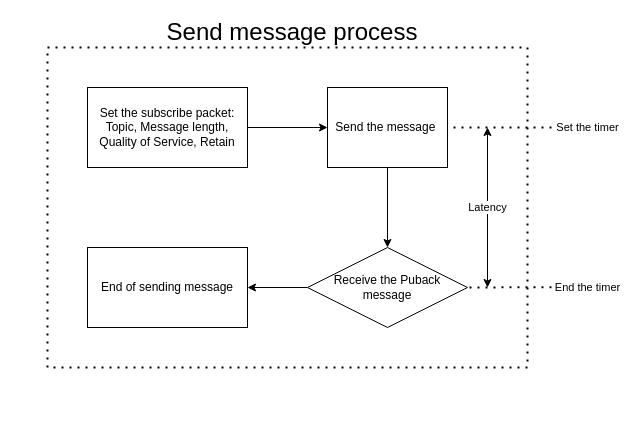
This is Send message.drawio from K2ayzz/ForDrawIO, a draw.io file, before an edit. Source tidied: cells renumbered, new cells numbered last; positions are measured from the earlier drawing's top-left corner, leaving out a move shared by most shapes. Both pictures are drawn from the tidied source at 100%, with x=0, y=0 at pixel (47, 17).
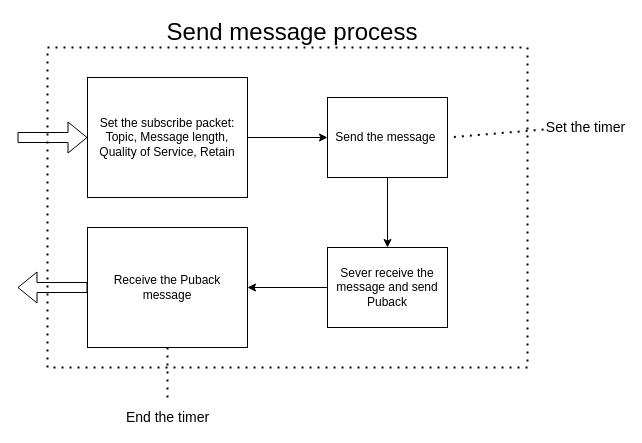
The same page after the edit.

Commit message (it also covers changes not shown here):
Cập nhật Send message.drawio

The edit, as a diff of the source:
```diff
@@
     <mxCell id="3" value="Set the subscribe packet: Topic, Message length, Quality of Service, Retain" style="rounded=0;whiteSpace=wrap;html=1;" parent="1" vertex="1">
-      <mxGeometry x="40" y="70" width="160" height="80" as="geometry" />
+      <mxGeometry x="40" y="60" width="160" height="120" as="geometry" />
     </mxCell>
-    <mxCell id="4" style="edgeStyle=orthogonalEdgeStyle;rounded=0;jettySize=auto;html=1;" parent="1" edge="1" source="5" target="7">
-      <mxGeometry relative="1" as="geometry" />
-    </mxCell>
+    <mxCell id="14" style="edgeStyle=orthogonalEdgeStyle;rounded=0;jettySize=auto;html=1;" parent="1" edge="1" source="5" target="16">
+      <mxGeometry relative="1" as="geometry" />
+    </mxCell>
     <mxCell id="5" value="Send the message&amp;nbsp;" style="rounded=0;whiteSpace=wrap;html=1;" parent="1" vertex="1">
-      <mxGeometry x="280" y="70" width="120" height="80" as="geometry" />
+      <mxGeometry x="280" y="80" width="120" height="80" as="geometry" />
     </mxCell>
-    <mxCell id="6" style="edgeStyle=orthogonalEdgeStyle;rounded=0;jettySize=auto;html=1;" parent="1" edge="1" source="7" target="9">
-      <mxGeometry relative="1" as="geometry" />
-    </mxCell>
-    <mxCell id="7" value="Receive the Puback message" style="rhombus;whiteSpace=wrap;html=1;rounded=0;" parent="1" vertex="1">
-      <mxGeometry x="260" y="230" width="160" height="80" as="geometry" />
-    </mxCell>
-    <mxCell id="8" value="Latency" style="endArrow=classic;startArrow=classic;html=1;rounded=0;" parent="1" edge="1">
-      <mxGeometry relative="1" as="geometry">
-        <mxPoint x="440" y="270" as="sourcePoint" />
-        <mxPoint x="440" y="110" as="targetPoint" />
-        <Array as="points">
-          <mxPoint x="440" y="270" />
-          <mxPoint x="440" y="190" />
-          <mxPoint x="440" y="110" />
-        </Array>
-      </mxGeometry>
-    </mxCell>
-    <mxCell id="9" value="End of sending message" style="whiteSpace=wrap;html=1;rounded=0;" parent="1" vertex="1">
-      <mxGeometry x="40" y="230" width="160" height="80" as="geometry" />
-    </mxCell>
@@
-    <mxCell id="12" value="Set the timer" style="endArrow=none;dashed=1;html=1;dashPattern=1 3;strokeWidth=2;rounded=0;entryX=1;entryY=0.5;entryDx=0;entryDy=0;" parent="1" edge="1" target="5">
+    <mxCell id="12" value="&lt;font style=&quot;font-size: 14px;&quot;&gt;Set the timer&lt;/font&gt;" style="endArrow=none;dashed=1;html=1;dashPattern=1 3;strokeWidth=2;rounded=0;entryX=1;entryY=0.5;entryDx=0;entryDy=0;" parent="1" edge="1" target="5">
       <mxGeometry x="-1" y="-20" relative="1" as="geometry">
         <mxPoint x="520" y="110" as="sourcePoint" />
         <mxPoint x="20" y="20" as="offset" />
       </mxGeometry>
     </mxCell>
-    <mxCell id="13" value="End the timer" style="endArrow=none;dashed=1;html=1;dashPattern=1 3;strokeWidth=2;rounded=0;entryX=1;entryY=0.5;entryDx=0;entryDy=0;" parent="1" edge="1" target="7">
+    <mxCell id="13" value="&lt;font style=&quot;font-size: 14px;&quot;&gt;End the timer&lt;/font&gt;" style="endArrow=none;dashed=1;html=1;dashPattern=1 3;strokeWidth=2;rounded=0;entryX=0.5;entryY=1;entryDx=0;entryDy=0;" parent="1" edge="1" target="7">
       <mxGeometry x="-1" y="-20" relative="1" as="geometry">
-        <mxPoint x="520" y="269.6" as="sourcePoint" />
-        <mxPoint x="20" y="20" as="offset" />
+        <mxPoint x="120" y="380" as="sourcePoint" />
+        <mxPoint x="-20" y="20" as="offset" />
       </mxGeometry>
     </mxCell>
+    <mxCell id="7" value="Receive the Puback message" style="rounded=0;whiteSpace=wrap;html=1;" parent="1" vertex="1">
+      <mxGeometry x="40" y="210" width="160" height="120" as="geometry" />
+    </mxCell>
+    <mxCell id="15" style="edgeStyle=orthogonalEdgeStyle;rounded=0;jettySize=auto;html=1;" parent="1" edge="1" source="16" target="7">
+      <mxGeometry relative="1" as="geometry" />
+    </mxCell>
+    <mxCell id="16" value="Sever receive the message and send Puback" style="rounded=0;whiteSpace=wrap;html=1;" parent="1" vertex="1">
+      <mxGeometry x="280" y="230" width="120" height="80" as="geometry" />
+    </mxCell>
+    <mxCell id="17" style="shape=flexArrow;endArrow=classic;html=1;rounded=0;entryX=0;entryY=0.5;entryDx=0;entryDy=0;" parent="1" edge="1" target="3">
+      <mxGeometry relative="1" as="geometry">
+        <mxPoint x="-30" y="120" as="sourcePoint" />
+      </mxGeometry>
+    </mxCell>
+    <mxCell id="18" style="shape=flexArrow;endArrow=classic;html=1;rounded=0;exitX=0;exitY=0.5;exitDx=0;exitDy=0;" parent="1" edge="1" source="7">
+      <mxGeometry relative="1" as="geometry">
+        <mxPoint x="-30" y="270" as="targetPoint" />
+      </mxGeometry>
+    </mxCell>
```
